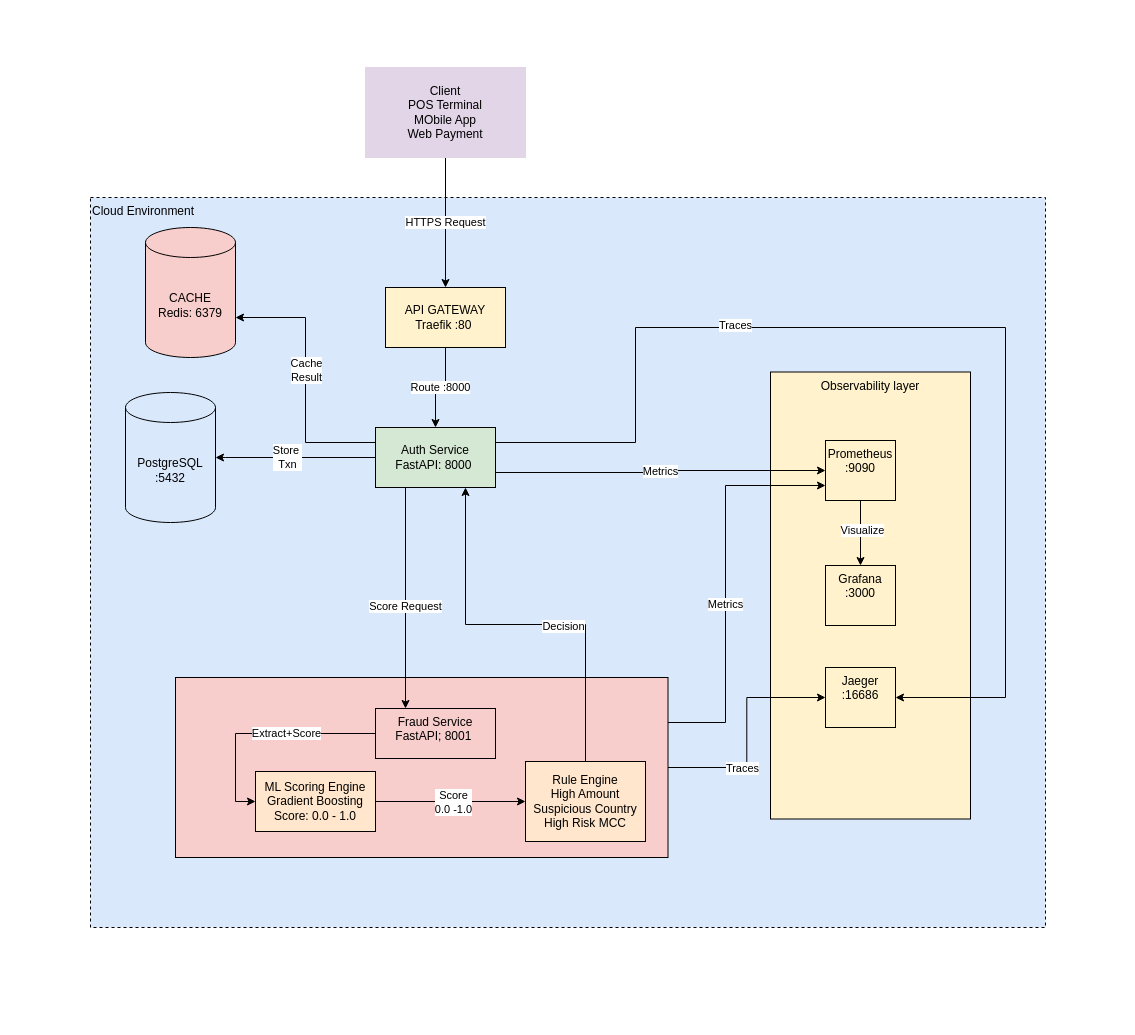
Earlier version of the draw.io diagram docs/txnflow3.drawio (adomite/fraud-lab-collaboration). Source tidied: cells renumbered, new cells numbered last; positions are measured from the earlier drawing's top-left corner, leaving out a move shared by most shapes. Both pictures are drawn from the tidied source at 100%, with x=0, y=0 at pixel (90, 67).
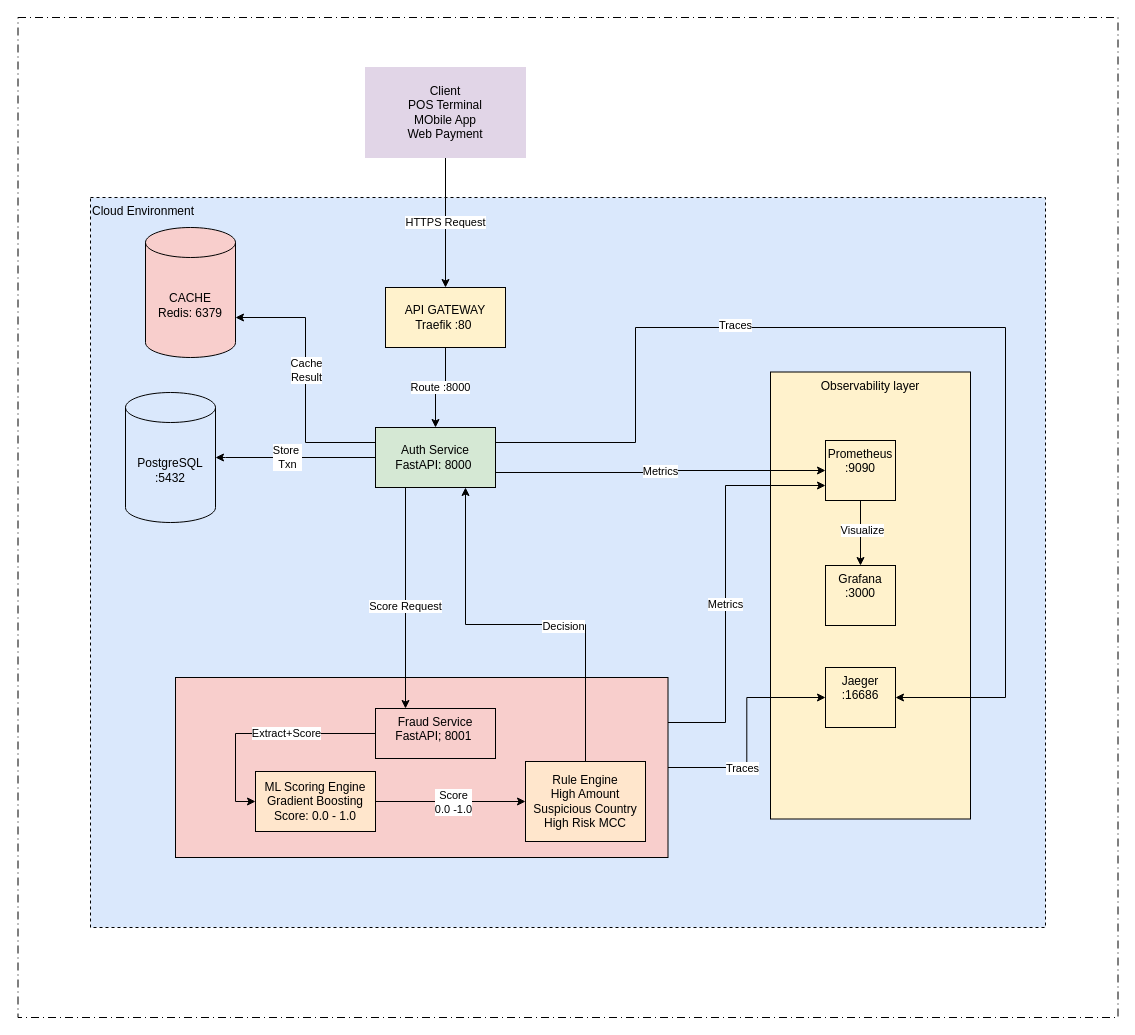
Above is the later version.

Change to the diagram source:
```diff
@@
+    <mxCell id="39" style="rounded=0;whiteSpace=wrap;html=1;dashed=1;dashPattern=8 4 1 4;" parent="1" vertex="1">
+      <mxGeometry x="-72.5" y="-50" width="1100" height="1000" as="geometry" />
+    </mxCell>
```
